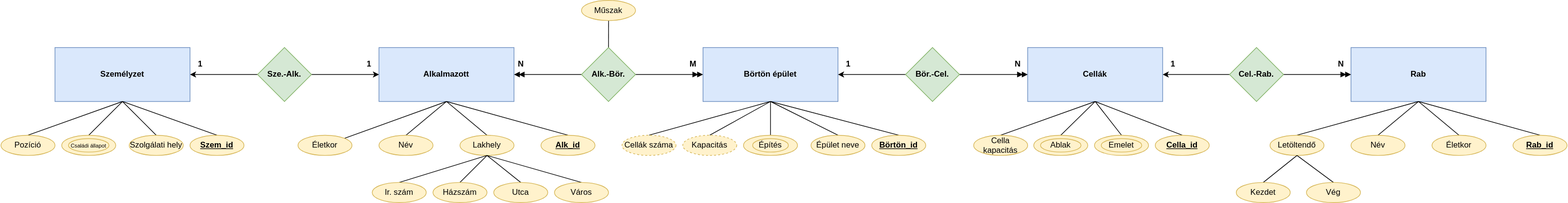
Above: XMLTaskY86I0I/ERY86I0I.svg in MJozsef2000/Y86I0I_XMLGyak (draw.io), before the change. Source tidied: cells renumbered, new cells last; positions are measured from the earlier drawing's top-left corner, leaving out a move shared by most shapes.
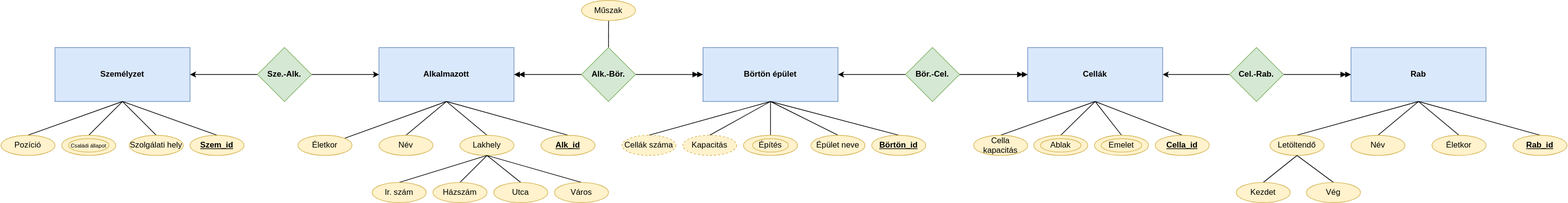
Above is the later version.

Change to the diagram source:
```diff
@@ -76,12 +76,6 @@
     <mxCell id="23" value="&lt;b&gt;Alk.-Bör.&lt;/b&gt;" style="rhombus;whiteSpace=wrap;html=1;fillColor=#d5e8d4;strokeColor=#82b366;" parent="1" vertex="1">
       <mxGeometry x="860" y="70" width="80" height="80" as="geometry" />
     </mxCell>
-    <mxCell id="24" value="&lt;b&gt;N&lt;/b&gt;" style="text;html=1;align=center;verticalAlign=middle;strokeColor=none;fillColor=none;" parent="1" vertex="1">
-      <mxGeometry x="755" y="80" width="30" height="30" as="geometry" />
-    </mxCell>
-    <mxCell id="25" value="&lt;b&gt;M&lt;/b&gt;" style="text;html=1;align=center;verticalAlign=middle;strokeColor=none;fillColor=none;" parent="1" vertex="1">
-      <mxGeometry x="1010" y="80" width="30" height="30" as="geometry" />
-    </mxCell>
     <mxCell id="26" style="edgeStyle=none;rounded=0;jettySize=auto;html=1;exitX=0.5;exitY=1;exitDx=0;exitDy=0;entryX=0.5;entryY=0;entryDx=0;entryDy=0;strokeColor=default;endArrow=none;endFill=0;" parent="1" edge="1" source="27" target="73">
       <mxGeometry relative="1" as="geometry" />
     </mxCell>
@@ -97,12 +91,6 @@
     <mxCell id="30" value="&lt;b&gt;Bör.-Cel.&lt;/b&gt;" style="rhombus;whiteSpace=wrap;html=1;fillColor=#d5e8d4;strokeColor=#82b366;" parent="1" vertex="1">
       <mxGeometry x="1340" y="70" width="80" height="80" as="geometry" />
     </mxCell>
-    <mxCell id="31" value="&lt;b&gt;1&lt;/b&gt;" style="text;html=1;align=center;verticalAlign=middle;strokeColor=none;fillColor=none;" parent="1" vertex="1">
-      <mxGeometry x="1240" y="80" width="30" height="30" as="geometry" />
-    </mxCell>
-    <mxCell id="32" value="&lt;b&gt;N&lt;/b&gt;" style="text;html=1;align=center;verticalAlign=middle;strokeColor=none;fillColor=none;" parent="1" vertex="1">
-      <mxGeometry x="1490.5" y="80" width="30" height="30" as="geometry" />
-    </mxCell>
     <mxCell id="33" style="edgeStyle=none;rounded=0;jettySize=auto;html=1;exitX=0.5;exitY=0;exitDx=0;exitDy=0;entryX=0.5;entryY=1;entryDx=0;entryDy=0;strokeColor=default;endArrow=none;endFill=0;" parent="1" edge="1" source="34" target="19">
       <mxGeometry relative="1" as="geometry" />
     </mxCell>
@@ -151,12 +139,6 @@
     <mxCell id="48" value="&lt;b&gt;Cel.-Rab.&lt;/b&gt;" style="rhombus;whiteSpace=wrap;html=1;fillColor=#d5e8d4;strokeColor=#82b366;" parent="1" vertex="1">
       <mxGeometry x="1820" y="70" width="80" height="80" as="geometry" />
     </mxCell>
-    <mxCell id="49" value="&lt;b&gt;1&lt;/b&gt;" style="text;html=1;align=center;verticalAlign=middle;strokeColor=none;fillColor=none;" parent="1" vertex="1">
-      <mxGeometry x="1721" y="80" width="30" height="30" as="geometry" />
-    </mxCell>
-    <mxCell id="50" value="&lt;b&gt;N&lt;/b&gt;" style="text;html=1;align=center;verticalAlign=middle;strokeColor=none;fillColor=none;" parent="1" vertex="1">
-      <mxGeometry x="1970" y="80" width="30" height="30" as="geometry" />
-    </mxCell>
     <mxCell id="51" style="edgeStyle=none;rounded=0;jettySize=auto;html=1;exitX=0.5;exitY=0;exitDx=0;exitDy=0;strokeColor=default;endArrow=none;endFill=0;" parent="1" edge="1" source="52">
       <mxGeometry relative="1" as="geometry">
         <mxPoint x="2100" y="150" as="targetPoint" />
@@ -211,12 +193,6 @@
     <mxCell id="66" value="&lt;b&gt;Sze.-Alk.&lt;/b&gt;" style="rhombus;whiteSpace=wrap;html=1;fillColor=#d5e8d4;strokeColor=#82b366;" parent="1" vertex="1">
       <mxGeometry x="380" y="70" width="80" height="80" as="geometry" />
     </mxCell>
-    <mxCell id="67" value="&lt;b&gt;1&lt;/b&gt;" style="text;html=1;align=center;verticalAlign=middle;strokeColor=none;fillColor=none;" parent="1" vertex="1">
-      <mxGeometry x="280" y="80" width="30" height="30" as="geometry" />
-    </mxCell>
-    <mxCell id="68" value="&lt;b&gt;1&lt;/b&gt;" style="text;html=1;align=center;verticalAlign=middle;strokeColor=none;fillColor=none;" parent="1" vertex="1">
-      <mxGeometry x="530" y="80" width="30" height="30" as="geometry" />
-    </mxCell>
     <mxCell id="69" style="edgeStyle=none;rounded=0;jettySize=auto;html=1;exitX=0.5;exitY=0;exitDx=0;exitDy=0;entryX=0.5;entryY=1;entryDx=0;entryDy=0;strokeColor=default;endArrow=none;endFill=0;" parent="1" edge="1" source="70" target="63">
       <mxGeometry relative="1" as="geometry" />
     </mxCell>
```
